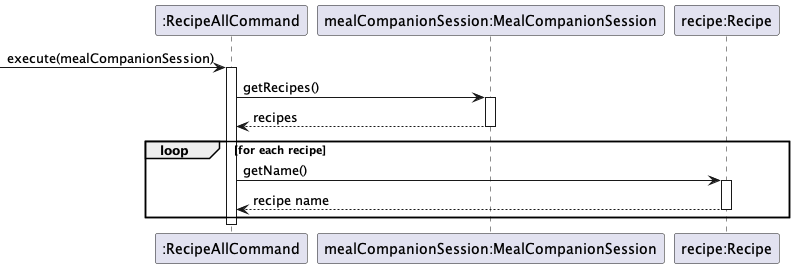
This is docs/images/RecipeAllCommandSequence.png from nus-cs2113-AY2223S2/tp, a PlantUML export, as it was before one commit. Its diagram source:
```plantuml
@startuml
!include Style.puml
participant ":RecipeAllCommand" as RecipeAllCommand
participant "mealCompanionSession:MealCompanionSession" as mealCompanionSession
participant "recipe:Recipe" as recipe

-> RecipeAllCommand: execute(mealCompanionSession)
activate RecipeAllCommand
RecipeAllCommand -> mealCompanionSession: getRecipes()
activate mealCompanionSession
RecipeAllCommand <-- mealCompanionSession: recipes
deactivate mealCompanionSession
loop for each recipe
RecipeAllCommand -> recipe: getName()
activate recipe
RecipeAllCommand <-- recipe: recipe name
deactivate recipe
end
deactivate RecipeAllCommand

@enduml
```
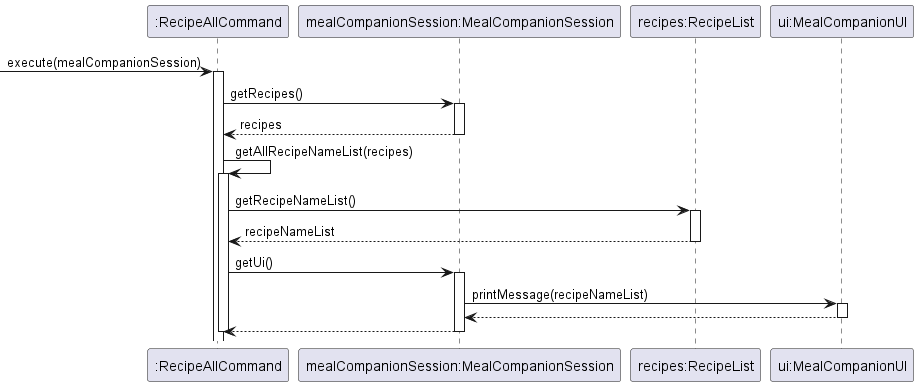
The same file after the commit.

What changed in the source:
```diff
@@ -2,7 +2,8 @@
 !include Style.puml
 participant ":RecipeAllCommand" as RecipeAllCommand
 participant "mealCompanionSession:MealCompanionSession" as mealCompanionSession
-participant "recipe:Recipe" as recipe
+participant "recipes:RecipeList" as recipes
+participant "ui:MealCompanionUI" as ui
 
 -> RecipeAllCommand: execute(mealCompanionSession)
 activate RecipeAllCommand
@@ -10,12 +11,23 @@
 activate mealCompanionSession
 RecipeAllCommand <-- mealCompanionSession: recipes
 deactivate mealCompanionSession
-loop for each recipe
-RecipeAllCommand -> recipe: getName()
-activate recipe
-RecipeAllCommand <-- recipe: recipe name
-deactivate recipe
-end
+
+RecipeAllCommand -> RecipeAllCommand: getAllRecipeNameList(recipes)
+activate RecipeAllCommand
+RecipeAllCommand -> recipes: getRecipeNameList()
+activate recipes
+RecipeAllCommand <-- recipes: recipeNameList
+deactivate recipes
+RecipeAllCommand -> mealCompanionSession: getUi()
+activate mealCompanionSession
+mealCompanionSession -> ui: printMessage(recipeNameList)
+activate ui
+mealCompanionSession <-- ui
+deactivate ui
+
+RecipeAllCommand <-- mealCompanionSession
+deactivate mealCompanionSession
+
 deactivate RecipeAllCommand
 
 @enduml
```
